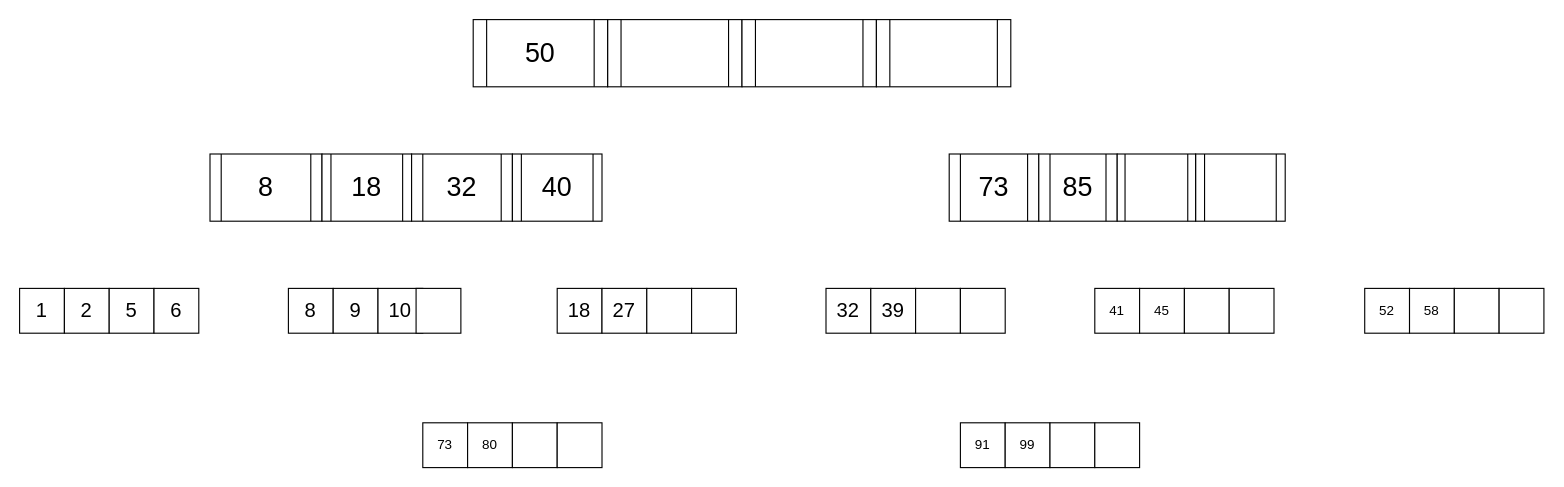
This is page "Page-3" (3 of 8) of Untitled Diagram.drawio from Bibi2002/Proekt, a draw.io file, before an edit. Source tidied: cells renumbered, new cells numbered last; positions are measured from the earlier drawing's top-left corner, leaving out a move shared by most shapes. Both pictures are drawn from the tidied source at 112%, with x=0, y=0 at pixel (19, 19).
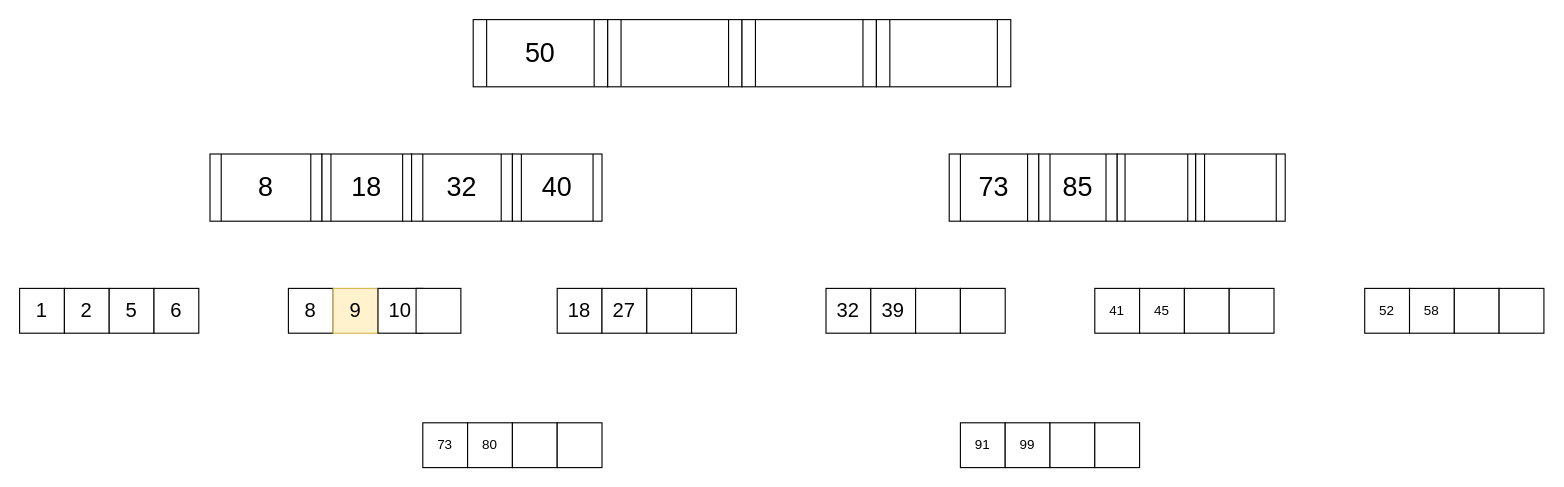
The same diagram, later.

What changed in the source:
```diff
@@
-    <mxCell id="23" value="&lt;font style=&quot;font-size: 18px&quot;&gt;9&lt;/font&gt;" style="rounded=0;whiteSpace=wrap;html=1;hachureGap=4;align=center;" parent="1" vertex="1">
+    <mxCell id="23" value="&lt;font style=&quot;font-size: 18px&quot;&gt;9&lt;/font&gt;" style="rounded=0;whiteSpace=wrap;html=1;hachureGap=4;align=center;fillColor=#fff2cc;strokeColor=#d6b656;" parent="1" vertex="1">
       <mxGeometry x="280" y="240" width="40" height="40" as="geometry" />
     </mxCell>
```
